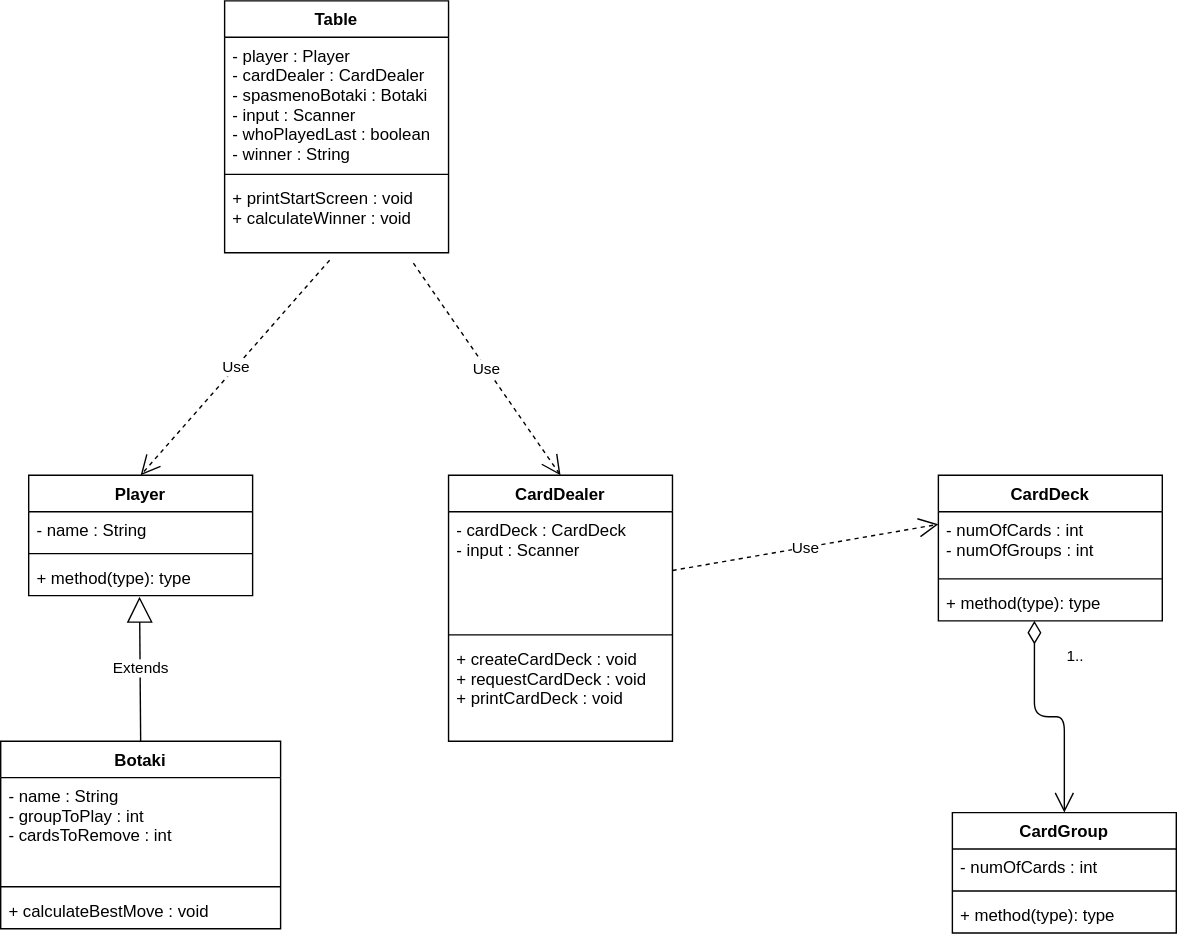
Before: ask2/ask2.drawio.svg, a diagram exported from draw.io (philipAthanasopoulos/Card-io). Source tidied: cells renumbered, new cells last; positions are measured from the earlier drawing's top-left corner, leaving out a move shared by most shapes.
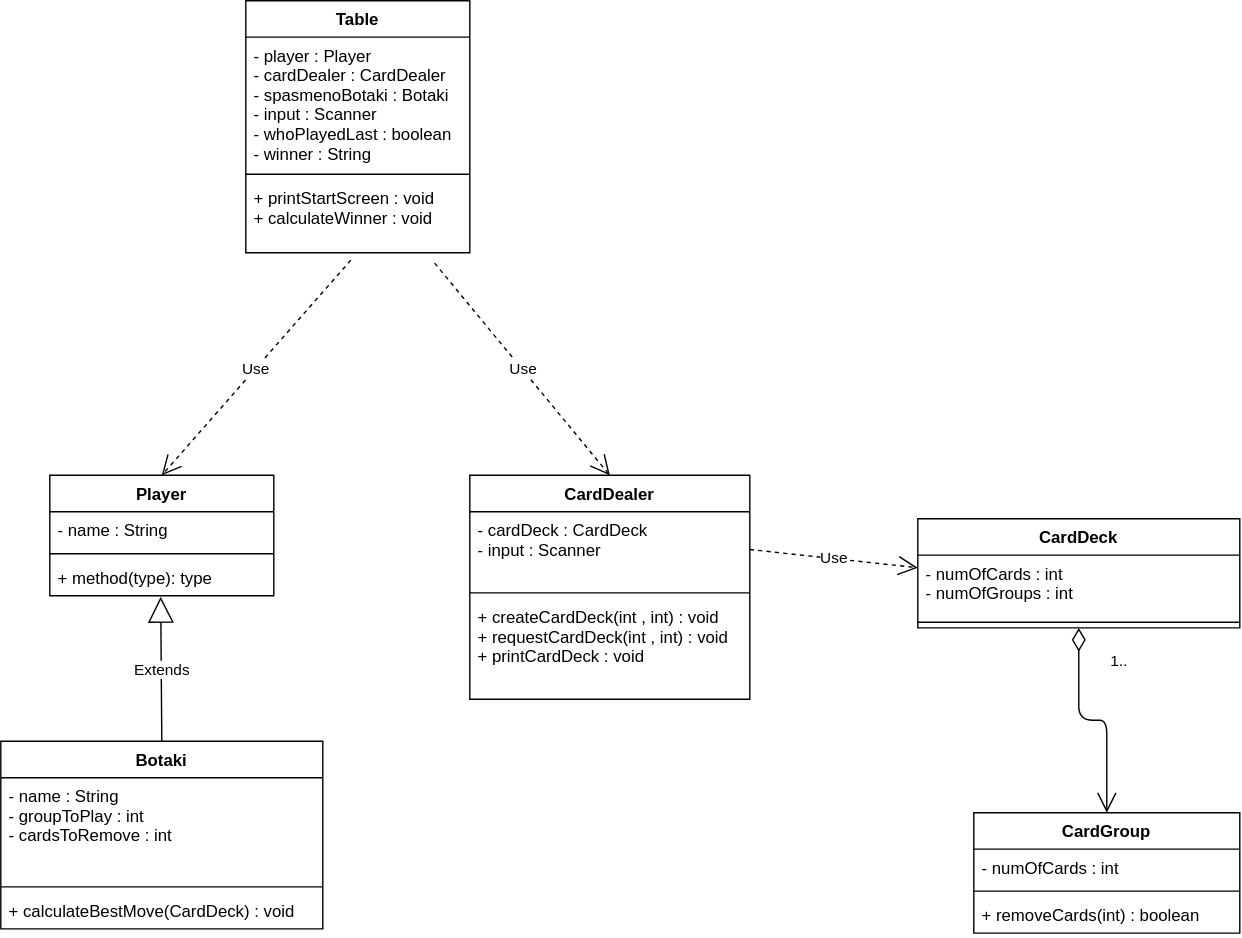
The same diagram one commit later.

Commit message:
changes to UML diagram

What changed in the source:
```diff
@@ -15,57 +15,54 @@
       <mxGeometry y="60" width="160" height="26" as="geometry" />
     </mxCell>
     <mxCell id="6" value="Botaki" style="swimlane;fontStyle=1;align=center;verticalAlign=top;horizontal=1;startSize=26;" parent="1" vertex="1">
-      <mxGeometry y="529" width="200" height="134" as="geometry" />
+      <mxGeometry x="-15" y="529" width="230" height="134" as="geometry" />
     </mxCell>
     <mxCell id="7" value="- name : String&#10;- groupToPlay : int&#10;- cardsToRemove : int" style="text;strokeColor=none;fillColor=none;align=left;verticalAlign=top;spacingLeft=4;spacingRight=4;overflow=hidden;" parent="6" vertex="1">
-      <mxGeometry y="26" width="200" height="74" as="geometry" />
+      <mxGeometry y="26" width="230" height="74" as="geometry" />
     </mxCell>
     <mxCell id="8" style="line;strokeWidth=1;fillColor=none;align=left;verticalAlign=middle;spacingTop=-1;spacingLeft=3;spacingRight=3;labelPosition=right;strokeColor=inherit;" parent="6" vertex="1">
-      <mxGeometry y="100" width="200" height="8" as="geometry" />
+      <mxGeometry y="100" width="230" height="8" as="geometry" />
     </mxCell>
-    <mxCell id="9" value="+ calculateBestMove : void" style="text;strokeColor=none;fillColor=none;align=left;verticalAlign=top;spacingLeft=4;spacingRight=4;overflow=hidden;" parent="6" vertex="1">
-      <mxGeometry y="108" width="200" height="26" as="geometry" />
+    <mxCell id="9" value="+ calculateBestMove(CardDeck) : void" style="text;strokeColor=none;fillColor=none;align=left;verticalAlign=top;spacingLeft=4;spacingRight=4;overflow=hidden;" parent="6" vertex="1">
+      <mxGeometry y="108" width="230" height="26" as="geometry" />
     </mxCell>
     <mxCell id="10" value="Extends" style="endArrow=block;endSize=16;endFill=0;html=1;exitX=0.5;exitY=0;exitDx=0;exitDy=0;entryX=0.495;entryY=1.029;entryDx=0;entryDy=0;entryPerimeter=0;" parent="1" edge="1" source="6" target="5">
       <mxGeometry relative="1" as="geometry" />
     </mxCell>
     <mxCell id="11" value="CardDealer" style="swimlane;fontStyle=1;align=center;verticalAlign=top;horizontal=1;startSize=26;" parent="1" vertex="1">
-      <mxGeometry x="320" y="339" width="160" height="190" as="geometry" />
+      <mxGeometry x="320" y="339" width="200" height="160" as="geometry" />
     </mxCell>
     <mxCell id="12" value="- cardDeck : CardDeck&#10;- input : Scanner" style="text;strokeColor=none;fillColor=none;align=left;verticalAlign=top;spacingLeft=4;spacingRight=4;overflow=hidden;points=[[0,0.5],[1,0.5]];portConstraint=eastwest;" parent="11" vertex="1">
-      <mxGeometry y="26" width="160" height="84" as="geometry" />
+      <mxGeometry y="26" width="200" height="54" as="geometry" />
     </mxCell>
     <mxCell id="13" style="line;strokeWidth=1;fillColor=none;align=left;verticalAlign=middle;spacingTop=-1;spacingLeft=3;spacingRight=3;labelPosition=right;strokeColor=inherit;" parent="11" vertex="1">
-      <mxGeometry y="110" width="160" height="8" as="geometry" />
+      <mxGeometry y="80" width="200" height="8" as="geometry" />
     </mxCell>
-    <mxCell id="14" value="+ createCardDeck : void&#10;+ requestCardDeck : void&#10;+ printCardDeck : void&#10;" style="text;strokeColor=none;fillColor=none;align=left;verticalAlign=top;spacingLeft=4;spacingRight=4;overflow=hidden;" parent="11" vertex="1">
-      <mxGeometry y="118" width="160" height="72" as="geometry" />
+    <mxCell id="14" value="+ createCardDeck(int , int) : void&#10;+ requestCardDeck(int , int) : void&#10;+ printCardDeck : void&#10;" style="text;strokeColor=none;fillColor=none;align=left;verticalAlign=top;spacingLeft=4;spacingRight=4;overflow=hidden;" parent="11" vertex="1">
+      <mxGeometry y="88" width="200" height="72" as="geometry" />
     </mxCell>
     <mxCell id="15" value="CardDeck" style="swimlane;fontStyle=1;align=center;verticalAlign=top;horizontal=1;startSize=26;" parent="1" vertex="1">
-      <mxGeometry x="670" y="339" width="160" height="104" as="geometry" />
+      <mxGeometry x="640" y="370" width="230" height="78" as="geometry" />
     </mxCell>
     <mxCell id="16" value="- numOfCards : int&#10;- numOfGroups : int" style="text;strokeColor=none;fillColor=none;align=left;verticalAlign=top;spacingLeft=4;spacingRight=4;overflow=hidden;points=[[0,0.5],[1,0.5]];portConstraint=eastwest;" parent="15" vertex="1">
-      <mxGeometry y="26" width="160" height="44" as="geometry" />
+      <mxGeometry y="26" width="230" height="44" as="geometry" />
     </mxCell>
     <mxCell id="17" style="line;strokeWidth=1;fillColor=none;align=left;verticalAlign=middle;spacingTop=-1;spacingLeft=3;spacingRight=3;labelPosition=right;strokeColor=inherit;" parent="15" vertex="1">
-      <mxGeometry y="70" width="160" height="8" as="geometry" />
+      <mxGeometry y="70" width="230" height="8" as="geometry" />
     </mxCell>
-    <mxCell id="18" value="+ method(type): type" style="text;strokeColor=none;fillColor=none;align=left;verticalAlign=top;spacingLeft=4;spacingRight=4;overflow=hidden;points=[[0,0.5],[1,0.5]];portConstraint=eastwest;" parent="15" vertex="1">
-      <mxGeometry y="78" width="160" height="26" as="geometry" />
-    </mxCell>
     <mxCell id="19" value="CardGroup" style="swimlane;fontStyle=1;align=center;verticalAlign=top;horizontal=1;startSize=26;" parent="1" vertex="1">
-      <mxGeometry x="680" y="580" width="160" height="86" as="geometry" />
+      <mxGeometry x="680" y="580" width="190" height="86" as="geometry" />
     </mxCell>
     <mxCell id="20" value="- numOfCards : int" style="text;strokeColor=none;fillColor=none;align=left;verticalAlign=top;spacingLeft=4;spacingRight=4;overflow=hidden;" parent="19" vertex="1">
-      <mxGeometry y="26" width="160" height="26" as="geometry" />
+      <mxGeometry y="26" width="190" height="26" as="geometry" />
     </mxCell>
     <mxCell id="21" style="line;strokeWidth=1;fillColor=none;align=left;verticalAlign=middle;spacingTop=-1;spacingLeft=3;spacingRight=3;labelPosition=right;strokeColor=inherit;" parent="19" vertex="1">
-      <mxGeometry y="52" width="160" height="8" as="geometry" />
+      <mxGeometry y="52" width="190" height="8" as="geometry" />
     </mxCell>
-    <mxCell id="22" value="+ method(type): type" style="text;strokeColor=none;fillColor=none;align=left;verticalAlign=top;spacingLeft=4;spacingRight=4;overflow=hidden;" parent="19" vertex="1">
-      <mxGeometry y="60" width="160" height="26" as="geometry" />
+    <mxCell id="22" value="+ removeCards(int) : boolean" style="text;strokeColor=none;fillColor=none;align=left;verticalAlign=top;spacingLeft=4;spacingRight=4;overflow=hidden;" parent="19" vertex="1">
+      <mxGeometry y="60" width="190" height="26" as="geometry" />
     </mxCell>
-    <mxCell id="23" value="1.." style="endArrow=open;html=1;endSize=12;startArrow=diamondThin;startSize=14;startFill=0;edgeStyle=orthogonalEdgeStyle;align=left;verticalAlign=bottom;entryX=0.5;entryY=0;entryDx=0;entryDy=0;exitX=0.429;exitY=1;exitDx=0;exitDy=0;exitPerimeter=0;" parent="1" edge="1" source="18" target="19">
+    <mxCell id="23" value="1.." style="endArrow=open;html=1;endSize=12;startArrow=diamondThin;startSize=14;startFill=0;edgeStyle=orthogonalEdgeStyle;align=left;verticalAlign=bottom;entryX=0.5;entryY=0;entryDx=0;entryDy=0;exitX=0.5;exitY=1;exitDx=0;exitDy=0;" parent="1" edge="1" source="15" target="19">
       <mxGeometry x="-0.57" y="21" relative="1" as="geometry" />
     </mxCell>
     <mxCell id="24" value="Use" style="endArrow=open;endSize=12;dashed=1;html=1;exitX=1;exitY=0.5;exitDx=0;exitDy=0;entryX=0;entryY=0.205;entryDx=0;entryDy=0;entryPerimeter=0;" parent="1" edge="1" source="12" target="16">
```
